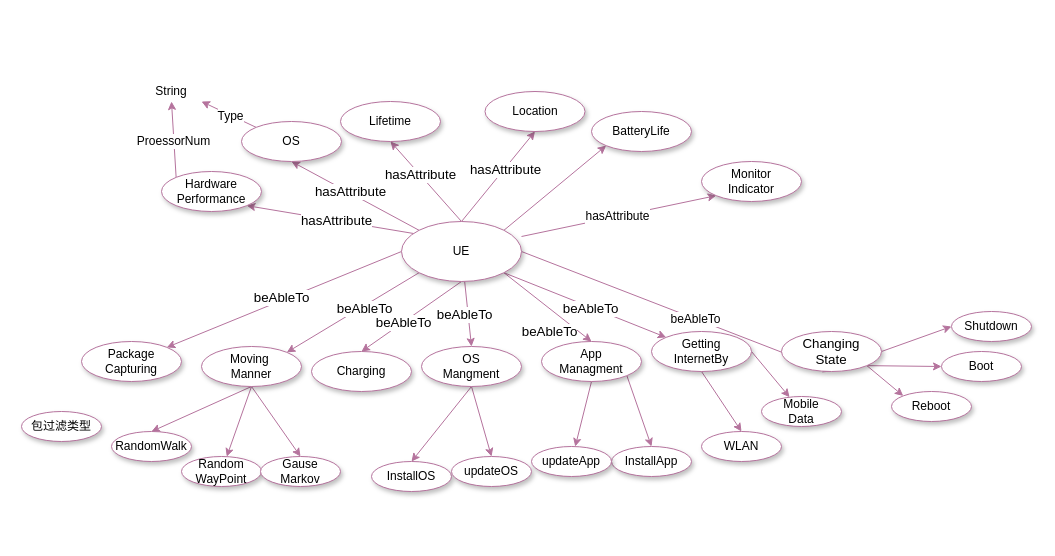
Above: page "Page-3" (3 of 3) of 描述语言RDF图.drawio in Icarus1994/neutron_conf (draw.io), before the change. Source tidied: cells renumbered, new cells numbered last; positions are measured from the earlier drawing's top-left corner, leaving out a move shared by most shapes. Both pictures are drawn from the tidied source at 100%, with x=0, y=0 at pixel (21, 81).
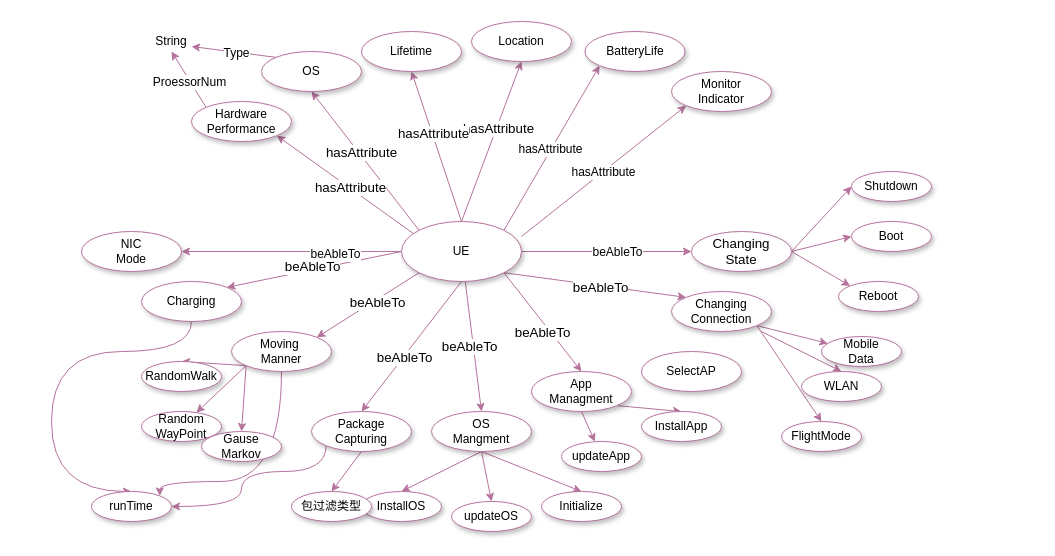
After the change.

Commit message (it also covers changes not shown here):
Update 描述语言RDF图.drawio

Unchanged cells that the change refers to:
```xml
<mxCell id="4" style="edgeStyle=none;rounded=0;jettySize=auto;html=1;exitX=1;exitY=0;exitDx=0;exitDy=0;entryX=0;entryY=1;entryDx=0;entryDy=0;strokeColor=#B5739D;" parent="1" edge="1" source="27" target="45">
  <mxGeometry relative="1" as="geometry" />
</mxCell>
<mxCell id="19" style="edgeStyle=none;rounded=0;jettySize=auto;html=1;exitX=1;exitY=1;exitDx=0;exitDy=0;entryX=0.5;entryY=0;entryDx=0;entryDy=0;strokeColor=#B5739D;" parent="1" edge="1" source="27" target="48">
  <mxGeometry relative="1" as="geometry" />
</mxCell>
<mxCell id="27" value="UE" style="ellipse;whiteSpace=wrap;html=1;align=center;shadow=1;fillColor=#FFFFFF;strokeColor=#B5739D;" parent="1" vertex="1">
  <mxGeometry x="380" y="140" width="120" height="60" as="geometry" />
</mxCell>
```

Diff of the diagram source:
```diff
@@
+    <mxCell id="71" value="hasAttribute" style="text;html=1;align=center;verticalAlign=middle;labelBackgroundColor=#ffffff;" parent="4" vertex="1">
+      <mxGeometry x="-0.02" y="1" relative="1" as="geometry" />
+    </mxCell>
@@
     <mxCell id="20" value="&lt;span style=&quot;font-size: 13.3333px&quot;&gt;beAbleTo&lt;/span&gt;" style="text;html=1;align=center;verticalAlign=middle;labelBackgroundColor=#ffffff;" parent="19" vertex="1">
       <mxGeometry x="0.37" relative="1" as="geometry">
-        <mxPoint x="-14.4" y="11.2" as="offset" />
+        <mxPoint x="-15.5" y="-8.8" as="offset" />
       </mxGeometry>
     </mxCell>
@@
-    <mxCell id="25" style="edgeStyle=none;rounded=0;jettySize=auto;html=1;exitX=1;exitY=0.5;exitDx=0;exitDy=0;entryX=0.5;entryY=1;entryDx=0;entryDy=0;strokeColor=#B5739D;" parent="1" edge="1" source="27" target="44">
+    <mxCell id="25" style="edgeStyle=none;rounded=0;jettySize=auto;html=1;exitX=1;exitY=0.5;exitDx=0;exitDy=0;entryX=0;entryY=0.5;entryDx=0;entryDy=0;strokeColor=#B5739D;" parent="1" edge="1" source="27" target="44">
       <mxGeometry relative="1" as="geometry" />
     </mxCell>
@@
+    <mxCell id="72" style="edgeStyle=none;rounded=0;jettySize=auto;html=1;exitX=1;exitY=0.5;exitDx=0;exitDy=0;entryX=1;entryY=0.5;entryDx=0;entryDy=0;strokeColor=#B5739D;" parent="1" edge="1" source="27" target="82">
+      <mxGeometry relative="1" as="geometry" />
+    </mxCell>
+    <mxCell id="73" value="beAbleTo" style="text;html=1;align=center;verticalAlign=middle;labelBackgroundColor=#ffffff;" parent="72" vertex="1">
+      <mxGeometry x="0.1" y="2" relative="1" as="geometry" />
+    </mxCell>
@@
     <mxCell id="30" value="Hardware&lt;br&gt;Performance" style="ellipse;whiteSpace=wrap;html=1;align=center;shadow=1;fillColor=#FFFFFF;strokeColor=#B5739D;" parent="1" vertex="1">
-      <mxGeometry x="140" y="90" width="100" height="40" as="geometry" />
+      <mxGeometry x="170" y="20" width="100" height="40" as="geometry" />
     </mxCell>
-    <mxCell id="31" style="edgeStyle=none;rounded=0;jettySize=auto;html=1;exitX=0;exitY=0;exitDx=0;exitDy=0;strokeColor=#B5739D;" parent="1" edge="1" source="33">
-      <mxGeometry relative="1" as="geometry">
-        <mxPoint x="180" y="20" as="targetPoint" />
-      </mxGeometry>
+    <mxCell id="31" style="edgeStyle=none;rounded=0;jettySize=auto;html=1;exitX=0;exitY=0;exitDx=0;exitDy=0;strokeColor=#B5739D;entryX=1;entryY=0.75;entryDx=0;entryDy=0;" parent="1" edge="1" source="33" target="70">
+      <mxGeometry relative="1" as="geometry" />
     </mxCell>
@@
     <mxCell id="33" value="OS" style="ellipse;whiteSpace=wrap;html=1;align=center;shadow=1;fillColor=#FFFFFF;strokeColor=#B5739D;" parent="1" vertex="1">
-      <mxGeometry x="220" y="40" width="100" height="40" as="geometry" />
+      <mxGeometry x="240" y="-30" width="100" height="40" as="geometry" />
     </mxCell>
     <mxCell id="34" value="Monitor&lt;br&gt;Indicator" style="ellipse;whiteSpace=wrap;html=1;align=center;shadow=1;fillColor=#FFFFFF;strokeColor=#B5739D;" parent="1" vertex="1">
-      <mxGeometry x="680" y="80" width="100" height="40" as="geometry" />
+      <mxGeometry x="650" y="-10" width="100" height="40" as="geometry" />
     </mxCell>
-    <mxCell id="35" style="edgeStyle=none;rounded=0;jettySize=auto;html=1;exitX=0.5;exitY=1;exitDx=0;exitDy=0;entryX=0.5;entryY=0;entryDx=0;entryDy=0;strokeColor=#B5739D;" parent="1" edge="1" source="38" target="66">
+    <mxCell id="35" style="edgeStyle=none;rounded=0;jettySize=auto;html=1;exitX=0;exitY=1;exitDx=0;exitDy=0;entryX=0.5;entryY=0;entryDx=0;entryDy=0;strokeColor=#B5739D;" parent="1" edge="1" source="38" target="66">
       <mxGeometry relative="1" as="geometry" />
     </mxCell>
-    <mxCell id="36" style="edgeStyle=none;rounded=0;jettySize=auto;html=1;exitX=0.5;exitY=1;exitDx=0;exitDy=0;strokeColor=#B5739D;" parent="1" edge="1" source="38" target="67">
+    <mxCell id="36" style="edgeStyle=none;rounded=0;jettySize=auto;html=1;exitX=0;exitY=1;exitDx=0;exitDy=0;strokeColor=#B5739D;" parent="1" edge="1" source="38" target="67">
       <mxGeometry relative="1" as="geometry" />
     </mxCell>
-    <mxCell id="37" style="edgeStyle=none;rounded=0;jettySize=auto;html=1;exitX=0.5;exitY=1;exitDx=0;exitDy=0;entryX=0.5;entryY=0;entryDx=0;entryDy=0;strokeColor=#B5739D;" parent="1" edge="1" source="38" target="68">
+    <mxCell id="37" style="edgeStyle=none;rounded=0;jettySize=auto;html=1;exitX=0;exitY=1;exitDx=0;exitDy=0;entryX=0.5;entryY=0;entryDx=0;entryDy=0;strokeColor=#B5739D;" parent="1" edge="1" source="38" target="68">
       <mxGeometry relative="1" as="geometry" />
     </mxCell>
+    <mxCell id="74" style="edgeStyle=orthogonalEdgeStyle;curved=1;rounded=0;jettySize=auto;html=1;exitX=0.5;exitY=1;exitDx=0;exitDy=0;entryX=1;entryY=0;entryDx=0;entryDy=0;strokeColor=#B5739D;" parent="1" edge="1" source="38" target="81">
+      <mxGeometry relative="1" as="geometry">
+        <Array as="points">
+          <mxPoint x="260" y="400" />
+          <mxPoint x="138" y="400" />
+        </Array>
+      </mxGeometry>
+    </mxCell>
     <mxCell id="38" value="Moving&amp;nbsp;&lt;br&gt;Manner" style="ellipse;whiteSpace=wrap;html=1;align=center;shadow=1;fillColor=#FFFFFF;strokeColor=#B5739D;" parent="1" vertex="1">
-      <mxGeometry x="180" y="265" width="100" height="40" as="geometry" />
+      <mxGeometry x="210" y="250" width="100" height="40" as="geometry" />
     </mxCell>
     <mxCell id="39" value="Location" style="ellipse;whiteSpace=wrap;html=1;align=center;shadow=1;fillColor=#FFFFFF;strokeColor=#B5739D;" parent="1" vertex="1">
-      <mxGeometry x="463.5" y="10" width="100" height="40" as="geometry" />
+      <mxGeometry x="450" y="-60" width="100" height="40" as="geometry" />
     </mxCell>
+    <mxCell id="75" style="edgeStyle=orthogonalEdgeStyle;curved=1;rounded=0;jettySize=auto;html=1;exitX=0;exitY=1;exitDx=0;exitDy=0;entryX=1;entryY=0.5;entryDx=0;entryDy=0;strokeColor=#B5739D;" parent="1" edge="1" source="40" target="81">
+      <mxGeometry relative="1" as="geometry">
+        <Array as="points">
+          <mxPoint x="305" y="390" />
+          <mxPoint x="220" y="390" />
+          <mxPoint x="220" y="425" />
+        </Array>
+      </mxGeometry>
+    </mxCell>
+    <mxCell id="76" style="edgeStyle=none;rounded=0;jettySize=auto;html=1;exitX=0.5;exitY=1;exitDx=0;exitDy=0;entryX=0.5;entryY=0;entryDx=0;entryDy=0;strokeColor=#B5739D;" parent="1" edge="1" source="40" target="69">
+      <mxGeometry relative="1" as="geometry" />
+    </mxCell>
-    <mxCell id="40" value="Charging" style="ellipse;whiteSpace=wrap;html=1;align=center;shadow=1;fillColor=#FFFFFF;strokeColor=#B5739D;" parent="1" vertex="1">
-      <mxGeometry x="290" y="270" width="100" height="40" as="geometry" />
+    <mxCell id="40" value="Package&lt;br&gt;Capturing" style="ellipse;whiteSpace=wrap;html=1;align=center;shadow=1;fillColor=#FFFFFF;strokeColor=#B5739D;" parent="1" vertex="1">
+      <mxGeometry x="290" y="330" width="100" height="40" as="geometry" />
     </mxCell>
@@
-    <mxCell id="42" style="edgeStyle=none;rounded=0;jettySize=auto;html=1;exitX=1;exitY=1;exitDx=0;exitDy=0;entryX=0;entryY=0.5;entryDx=0;entryDy=0;strokeColor=#B5739D;" parent="1" edge="1" source="44" target="59">
+    <mxCell id="42" style="edgeStyle=none;rounded=0;jettySize=auto;html=1;exitX=1;exitY=0.5;exitDx=0;exitDy=0;entryX=0;entryY=0.5;entryDx=0;entryDy=0;strokeColor=#B5739D;" parent="1" edge="1" source="44" target="59">
       <mxGeometry relative="1" as="geometry" />
     </mxCell>
-    <mxCell id="43" style="edgeStyle=none;rounded=0;jettySize=auto;html=1;exitX=1;exitY=1;exitDx=0;exitDy=0;entryX=0;entryY=0;entryDx=0;entryDy=0;strokeColor=#B5739D;" parent="1" edge="1" source="44" target="60">
+    <mxCell id="43" style="edgeStyle=none;rounded=0;jettySize=auto;html=1;exitX=1;exitY=0.5;exitDx=0;exitDy=0;entryX=0;entryY=0;entryDx=0;entryDy=0;strokeColor=#B5739D;" parent="1" edge="1" source="44" target="60">
       <mxGeometry relative="1" as="geometry" />
     </mxCell>
     <mxCell id="44" value="&lt;span style=&quot;font-size: 13.3333px&quot;&gt;Changing&lt;/span&gt;&lt;br style=&quot;font-size: 13.3333px&quot;&gt;&lt;span style=&quot;font-size: 13.3333px&quot;&gt;State&lt;/span&gt;" style="ellipse;whiteSpace=wrap;html=1;align=center;shadow=1;fillColor=#FFFFFF;strokeColor=#B5739D;" parent="1" vertex="1">
-      <mxGeometry x="760" y="250" width="100" height="40" as="geometry" />
+      <mxGeometry x="670" y="150" width="100" height="40" as="geometry" />
     </mxCell>
     <mxCell id="45" value="BatteryLife" style="ellipse;whiteSpace=wrap;html=1;align=center;shadow=1;fillColor=#FFFFFF;strokeColor=#B5739D;" parent="1" vertex="1">
-      <mxGeometry x="570" y="30" width="100" height="40" as="geometry" />
+      <mxGeometry x="563.5" y="-50" width="100" height="40" as="geometry" />
     </mxCell>
@@
     <mxCell id="48" value="App&lt;br&gt;Managment" style="ellipse;whiteSpace=wrap;html=1;align=center;shadow=1;fillColor=#FFFFFF;strokeColor=#B5739D;" parent="1" vertex="1">
-      <mxGeometry x="520" y="260" width="100" height="40" as="geometry" />
+      <mxGeometry x="510" y="290" width="100" height="40" as="geometry" />
     </mxCell>
@@
+    <mxCell id="77" style="edgeStyle=none;rounded=0;jettySize=auto;html=1;exitX=0.5;exitY=1;exitDx=0;exitDy=0;entryX=0.5;entryY=0;entryDx=0;entryDy=0;strokeColor=#B5739D;" parent="1" edge="1" source="51" target="80">
+      <mxGeometry relative="1" as="geometry" />
+    </mxCell>
     <mxCell id="51" value="OS&lt;br&gt;Mangment" style="ellipse;whiteSpace=wrap;html=1;align=center;shadow=1;fillColor=#FFFFFF;strokeColor=#B5739D;" parent="1" vertex="1">
-      <mxGeometry x="400" y="265" width="100" height="40" as="geometry" />
+      <mxGeometry x="410" y="330" width="100" height="40" as="geometry" />
     </mxCell>
-    <mxCell id="52" style="edgeStyle=none;rounded=0;jettySize=auto;html=1;exitX=0.5;exitY=1;exitDx=0;exitDy=0;entryX=0.5;entryY=0;entryDx=0;entryDy=0;strokeColor=#B5739D;" parent="1" edge="1" source="54" target="57">
-      <mxGeometry relative="1" as="geometry" />
+    <mxCell id="52" style="edgeStyle=none;rounded=0;jettySize=auto;html=1;entryX=0.5;entryY=0;entryDx=0;entryDy=0;strokeColor=#B5739D;" parent="1" edge="1" target="57">
+      <mxGeometry relative="1" as="geometry">
+        <mxPoint x="740" y="250" as="sourcePoint" />
+      </mxGeometry>
     </mxCell>
-    <mxCell id="53" style="edgeStyle=none;rounded=0;jettySize=auto;html=1;exitX=1;exitY=0.5;exitDx=0;exitDy=0;strokeColor=#B5739D;" parent="1" edge="1" source="54" target="58">
+    <mxCell id="53" style="edgeStyle=none;rounded=0;jettySize=auto;html=1;exitX=1;exitY=1;exitDx=0;exitDy=0;strokeColor=#B5739D;" parent="1" edge="1" source="54" target="58">
       <mxGeometry relative="1" as="geometry" />
     </mxCell>
+    <mxCell id="78" style="edgeStyle=none;rounded=0;jettySize=auto;html=1;exitX=1;exitY=1;exitDx=0;exitDy=0;strokeColor=#B5739D;entryX=0.5;entryY=0;entryDx=0;entryDy=0;" parent="1" edge="1" source="54" target="84">
+      <mxGeometry relative="1" as="geometry" />
+    </mxCell>
-    <mxCell id="54" value="Getting&lt;br&gt;InternetBy" style="ellipse;whiteSpace=wrap;html=1;align=center;shadow=1;fillColor=#FFFFFF;strokeColor=#B5739D;" parent="1" vertex="1">
-      <mxGeometry x="630" y="250" width="100" height="40" as="geometry" />
+    <mxCell id="54" value="Changing&lt;br&gt;Connection" style="ellipse;whiteSpace=wrap;html=1;align=center;shadow=1;fillColor=#FFFFFF;strokeColor=#B5739D;" parent="1" vertex="1">
+      <mxGeometry x="650" y="210" width="100" height="40" as="geometry" />
     </mxCell>
+    <mxCell id="79" style="edgeStyle=orthogonalEdgeStyle;rounded=0;jettySize=auto;html=1;exitX=0.5;exitY=1;exitDx=0;exitDy=0;entryX=0.5;entryY=0;entryDx=0;entryDy=0;strokeColor=#B5739D;curved=1;" parent="1" edge="1" source="55" target="81">
+      <mxGeometry relative="1" as="geometry">
+        <Array as="points">
+          <mxPoint x="170" y="270" />
+          <mxPoint x="30" y="270" />
+          <mxPoint x="30" y="410" />
+        </Array>
+      </mxGeometry>
+    </mxCell>
-    <mxCell id="55" value="Package&lt;br&gt;Capturing" style="ellipse;whiteSpace=wrap;html=1;align=center;shadow=1;fillColor=#FFFFFF;strokeColor=#B5739D;" parent="1" vertex="1">
-      <mxGeometry x="60" y="260" width="100" height="40" as="geometry" />
+    <mxCell id="55" value="Charging" style="ellipse;whiteSpace=wrap;html=1;align=center;shadow=1;fillColor=#FFFFFF;strokeColor=#B5739D;" parent="1" vertex="1">
+      <mxGeometry x="120" y="200" width="100" height="40" as="geometry" />
     </mxCell>
     <mxCell id="56" value="Lifetime" style="ellipse;whiteSpace=wrap;html=1;align=center;shadow=1;fillColor=#FFFFFF;strokeColor=#B5739D;" parent="1" vertex="1">
-      <mxGeometry x="319" y="20" width="100" height="40" as="geometry" />
+      <mxGeometry x="340" y="-50" width="100" height="40" as="geometry" />
     </mxCell>
     <mxCell id="57" value="WLAN" style="ellipse;whiteSpace=wrap;html=1;align=center;shadow=1;fillColor=#FFFFFF;strokeColor=#B5739D;" parent="1" vertex="1">
-      <mxGeometry x="680" y="350" width="80" height="30" as="geometry" />
+      <mxGeometry x="780" y="290" width="80" height="30" as="geometry" />
     </mxCell>
     <mxCell id="58" value="Mobile&lt;br&gt;Data" style="ellipse;whiteSpace=wrap;html=1;align=center;shadow=1;fillColor=#FFFFFF;strokeColor=#B5739D;" parent="1" vertex="1">
-      <mxGeometry x="740" y="315" width="80" height="30" as="geometry" />
+      <mxGeometry x="800" y="255" width="80" height="30" as="geometry" />
     </mxCell>
     <mxCell id="59" value="Boot" style="ellipse;whiteSpace=wrap;html=1;align=center;shadow=1;fillColor=#FFFFFF;strokeColor=#B5739D;" parent="1" vertex="1">
-      <mxGeometry x="920" y="270" width="80" height="30" as="geometry" />
+      <mxGeometry x="830" y="140" width="80" height="30" as="geometry" />
     </mxCell>
     <mxCell id="60" value="Reboot" style="ellipse;whiteSpace=wrap;html=1;align=center;shadow=1;fillColor=#FFFFFF;strokeColor=#B5739D;" parent="1" vertex="1">
-      <mxGeometry x="870" y="310" width="80" height="30" as="geometry" />
+      <mxGeometry x="817" y="200" width="80" height="30" as="geometry" />
     </mxCell>
     <mxCell id="61" value="Shutdown" style="ellipse;whiteSpace=wrap;html=1;align=center;shadow=1;fillColor=#FFFFFF;strokeColor=#B5739D;" parent="1" vertex="1">
-      <mxGeometry x="930" y="230" width="80" height="30" as="geometry" />
+      <mxGeometry x="830" y="90" width="80" height="30" as="geometry" />
     </mxCell>
     <mxCell id="62" value="InstallApp" style="ellipse;whiteSpace=wrap;html=1;align=center;shadow=1;fillColor=#FFFFFF;strokeColor=#B5739D;" parent="1" vertex="1">
-      <mxGeometry x="590" y="365" width="80" height="30" as="geometry" />
+      <mxGeometry x="620" y="330" width="80" height="30" as="geometry" />
     </mxCell>
     <mxCell id="63" value="updateApp" style="ellipse;whiteSpace=wrap;html=1;align=center;shadow=1;fillColor=#FFFFFF;strokeColor=#B5739D;" parent="1" vertex="1">
-      <mxGeometry x="510" y="365" width="80" height="30" as="geometry" />
+      <mxGeometry x="540" y="360" width="80" height="30" as="geometry" />
     </mxCell>
     <mxCell id="64" value="InstallOS" style="ellipse;whiteSpace=wrap;html=1;align=center;shadow=1;fillColor=#FFFFFF;strokeColor=#B5739D;" parent="1" vertex="1">
-      <mxGeometry x="350" y="380" width="80" height="30" as="geometry" />
+      <mxGeometry x="340" y="410" width="80" height="30" as="geometry" />
     </mxCell>
     <mxCell id="65" value="updateOS" style="ellipse;whiteSpace=wrap;html=1;align=center;shadow=1;fillColor=#FFFFFF;strokeColor=#B5739D;" parent="1" vertex="1">
-      <mxGeometry x="430" y="375" width="80" height="30" as="geometry" />
+      <mxGeometry x="430" y="420" width="80" height="30" as="geometry" />
     </mxCell>
     <mxCell id="66" value="RandomWalk" style="ellipse;whiteSpace=wrap;html=1;align=center;shadow=1;fillColor=#FFFFFF;strokeColor=#B5739D;" parent="1" vertex="1">
-      <mxGeometry x="90" y="350" width="80" height="30" as="geometry" />
+      <mxGeometry x="120" y="280" width="80" height="30" as="geometry" />
     </mxCell>
     <mxCell id="67" value="Random&lt;br&gt;WayPoint" style="ellipse;whiteSpace=wrap;html=1;align=center;shadow=1;fillColor=#FFFFFF;strokeColor=#B5739D;" parent="1" vertex="1">
-      <mxGeometry x="160" y="375" width="80" height="30" as="geometry" />
+      <mxGeometry x="120" y="330" width="80" height="30" as="geometry" />
     </mxCell>
     <mxCell id="68" value="Gause&lt;br&gt;Markov" style="ellipse;whiteSpace=wrap;html=1;align=center;shadow=1;fillColor=#FFFFFF;strokeColor=#B5739D;" parent="1" vertex="1">
-      <mxGeometry x="239" y="375" width="80" height="30" as="geometry" />
+      <mxGeometry x="180" y="350" width="80" height="30" as="geometry" />
     </mxCell>
     <mxCell id="69" value="包过滤类型" style="ellipse;whiteSpace=wrap;html=1;align=center;shadow=1;fillColor=#FFFFFF;strokeColor=#B5739D;" parent="1" vertex="1">
-      <mxGeometry y="330" width="80" height="30" as="geometry" />
+      <mxGeometry x="270" y="410" width="80" height="30" as="geometry" />
     </mxCell>
     <mxCell id="70" value="String" style="text;html=1;strokeColor=none;fillColor=none;align=center;verticalAlign=middle;whiteSpace=wrap;rounded=0;" parent="1" vertex="1">
-      <mxGeometry x="130" width="40" height="20" as="geometry" />
+      <mxGeometry x="130" y="-50" width="40" height="20" as="geometry" />
     </mxCell>
+    <mxCell id="80" value="Initialize" style="ellipse;whiteSpace=wrap;html=1;align=center;shadow=1;fillColor=#FFFFFF;strokeColor=#B5739D;" parent="1" vertex="1">
+      <mxGeometry x="520" y="410" width="80" height="30" as="geometry" />
+    </mxCell>
+    <mxCell id="81" value="runTime" style="ellipse;whiteSpace=wrap;html=1;align=center;shadow=1;fillColor=#FFFFFF;strokeColor=#B5739D;" parent="1" vertex="1">
+      <mxGeometry x="70" y="410" width="80" height="30" as="geometry" />
+    </mxCell>
+    <mxCell id="82" value="NIC&lt;br&gt;Mode" style="ellipse;whiteSpace=wrap;html=1;align=center;shadow=1;fillColor=#FFFFFF;strokeColor=#B5739D;" parent="1" vertex="1">
+      <mxGeometry x="60" y="150" width="100" height="40" as="geometry" />
+    </mxCell>
+    <mxCell id="83" value="SelectAP" style="ellipse;whiteSpace=wrap;html=1;align=center;shadow=1;fillColor=#FFFFFF;strokeColor=#B5739D;" parent="1" vertex="1">
+      <mxGeometry x="620" y="270" width="100" height="40" as="geometry" />
+    </mxCell>
+    <mxCell id="84" value="FlightMode" style="ellipse;whiteSpace=wrap;html=1;align=center;shadow=1;fillColor=#FFFFFF;strokeColor=#B5739D;" parent="1" vertex="1">
+      <mxGeometry x="760" y="340" width="80" height="30" as="geometry" />
+    </mxCell>
```
